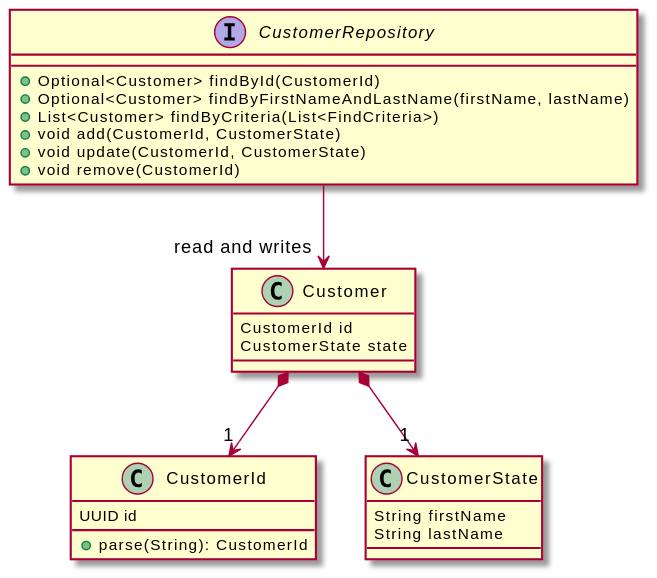
Before: uml/domain-model.svg, a diagram exported from PlantUML (vondacho/arch-blueprint-java).
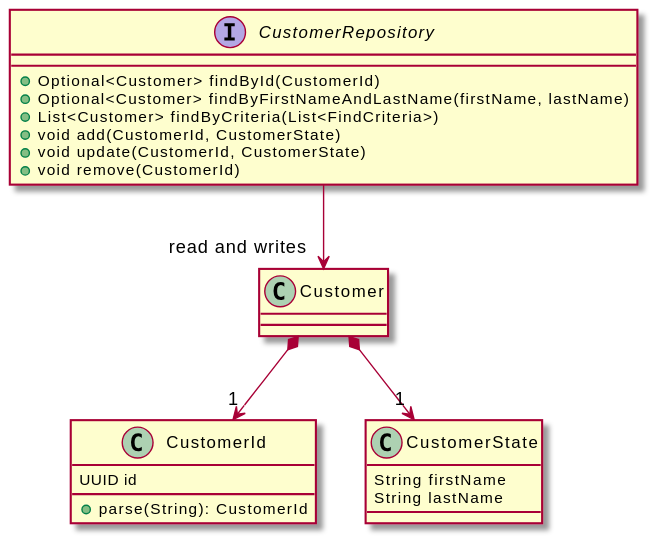
Later version of the same file.

What changed in the source:
```diff
@@ -1,11 +1,6 @@
 @startuml
 
 !includeurl https://raw.githubusercontent.com/skleanthous/C4-PlantumlSkin/master/build/output/general/notes.puml
-
-class Customer {
-    CustomerId id
-    CustomerState state
-}
 
 Customer *--> "1" CustomerId
 Customer *--> "1" CustomerState
```
